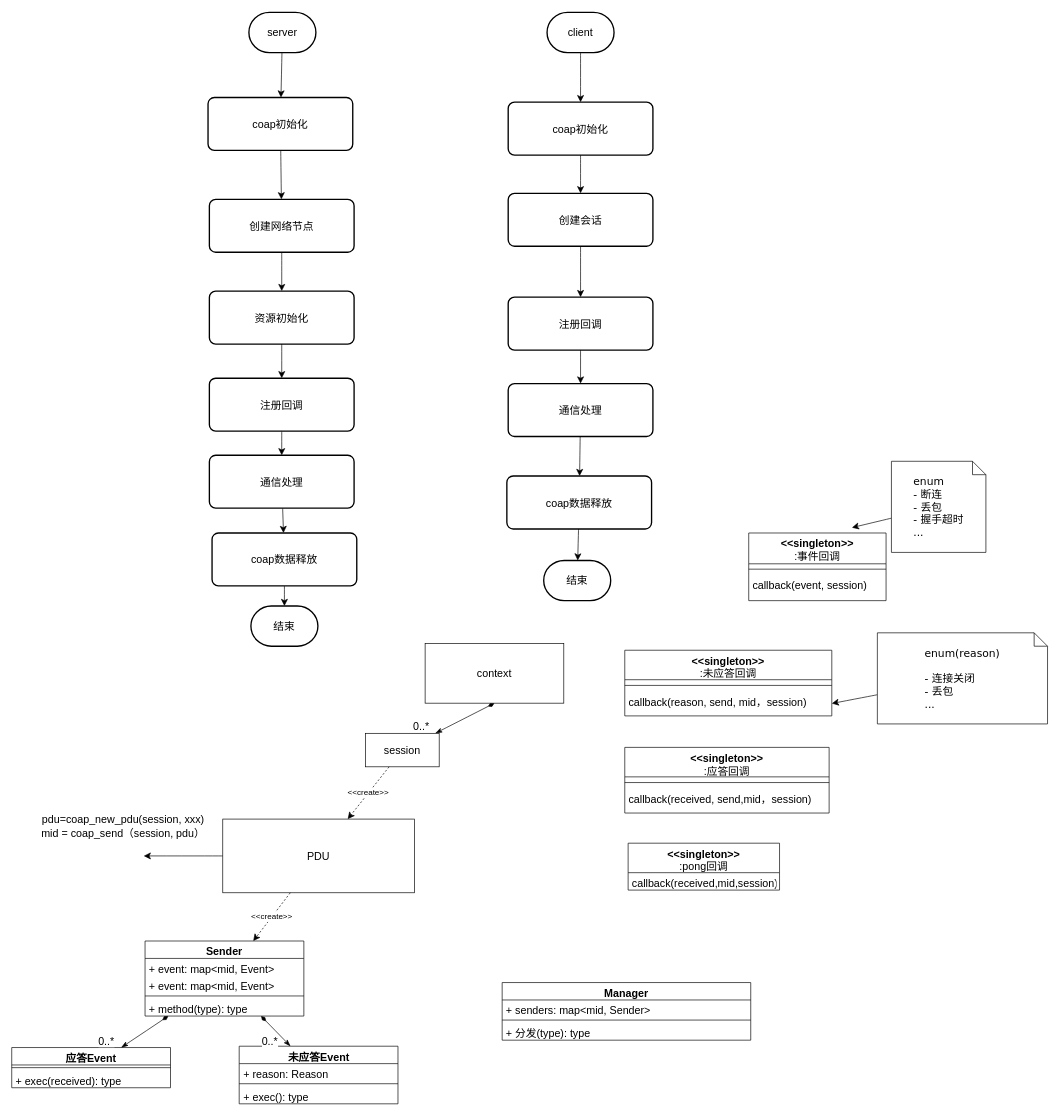
This is page "流程图" (2 of 4) of Coap/CoapPlusPlus/doc/coap.drawio from MrHulu/Learn-OpenGL, a draw.io file, before an edit. Source tidied: cells renumbered, new cells numbered last; positions are measured from the earlier drawing's top-left corner, leaving out a move shared by most shapes. Both pictures are drawn from the tidied source at 67%, with x=0, y=0 at pixel (11, 12).
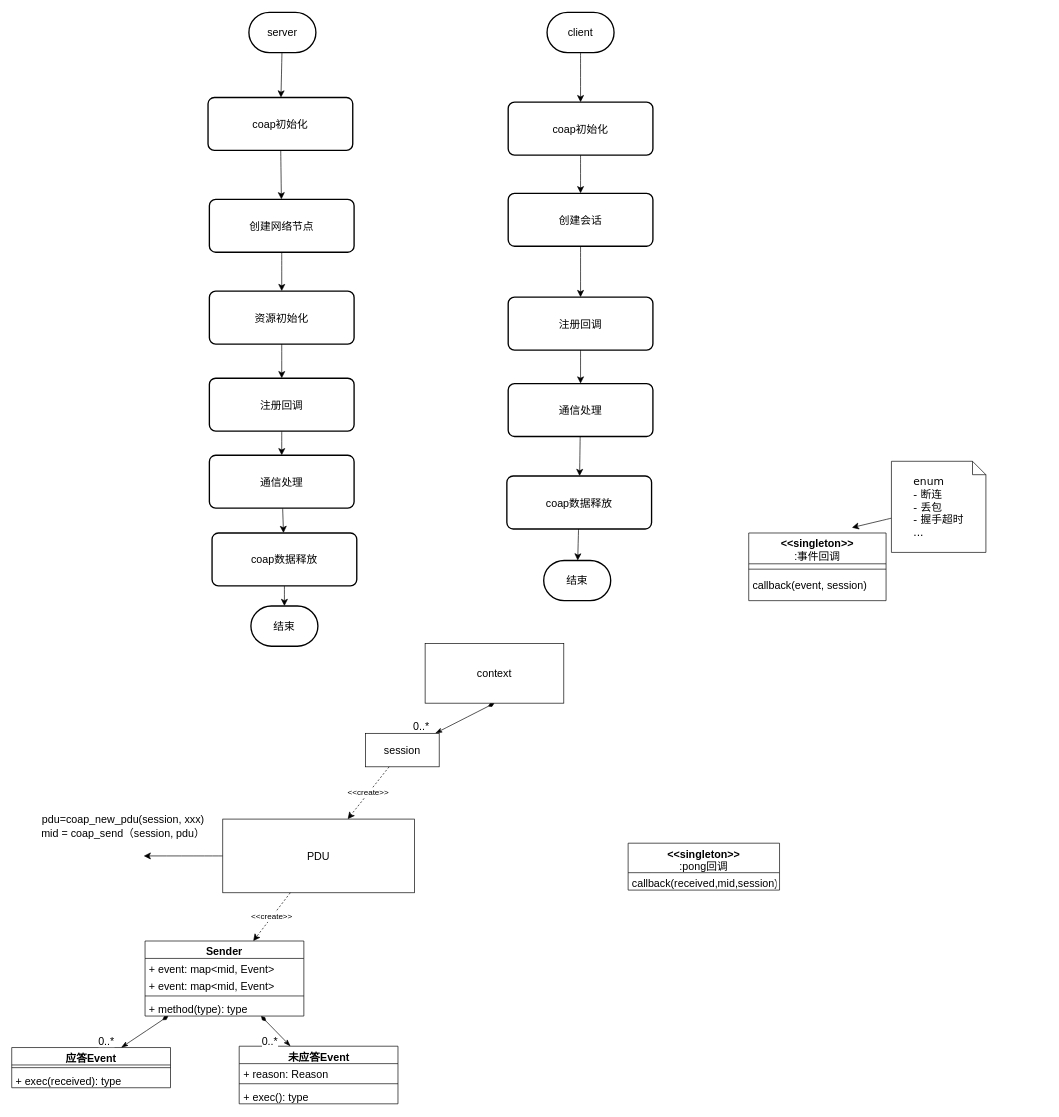
The same page after the edit.

What changed in the source:
```diff
@@
-    <mxCell id="12" value="&amp;lt;&amp;lt;singleton&amp;gt;&amp;gt;&lt;br style=&quot;border-color: var(--border-color); font-weight: 400;&quot;&gt;&lt;span style=&quot;font-weight: 400;&quot;&gt;:未应答回调&lt;/span&gt;" style="swimlane;fontStyle=1;align=center;verticalAlign=top;horizontal=1;startSize=44;whiteSpace=wrap;html=1;fontSize=16;" parent="1" vertex="1">
-      <mxGeometry x="915" y="952" width="309" height="98" as="geometry" />
-    </mxCell>
-    <mxCell id="13" style="line;strokeWidth=1;fillColor=none;align=left;verticalAlign=middle;spacingTop=-1;spacingLeft=3;spacingRight=3;labelPosition=right;strokeColor=inherit;fontSize=16;" parent="12" vertex="1">
-      <mxGeometry y="44" width="309" height="17" as="geometry" />
-    </mxCell>
-    <mxCell id="14" value="callback(reason, send, mid，session)" style="text;strokeColor=none;fillColor=none;align=left;verticalAlign=top;spacingLeft=4;spacingRight=4;overflow=hidden;points=[[0,0.5],[1,0.5]];portConstraint=eastwest;whiteSpace=wrap;html=1;fontSize=16;" parent="12" vertex="1">
-      <mxGeometry y="61" width="309" height="37" as="geometry" />
-    </mxCell>
@@
-    <mxCell id="17" style="edgeStyle=none;curved=1;rounded=0;jettySize=auto;html=1;entryX=1;entryY=0.5;entryDx=0;entryDy=0;fontSize=12;startSize=8;endSize=8;" parent="1" edge="1" source="18" target="14">
-      <mxGeometry relative="1" as="geometry" />
-    </mxCell>
-    <mxCell id="18" value="&lt;div style=&quot;text-align: left; line-height: 19px;&quot;&gt;&lt;font style=&quot;font-size: 16px;&quot; face=&quot;Verdana&quot;&gt;enum(reason)&lt;/font&gt;&lt;/div&gt;&lt;span style=&quot;text-align: left;&quot;&gt;&lt;br&gt;&lt;/span&gt;&lt;div style=&quot;text-align: left; line-height: 19px;&quot;&gt;&lt;span style=&quot;font-family: Verdana;&quot;&gt;- 连接关闭&lt;/span&gt;&lt;/div&gt;&lt;div style=&quot;line-height: 19px;&quot;&gt;&lt;font style=&quot;font-size: 16px;&quot; face=&quot;Verdana&quot;&gt;&lt;div style=&quot;text-align: left;&quot;&gt;&lt;span style=&quot;background-color: initial;&quot;&gt;- 丢包&lt;/span&gt;&lt;/div&gt;&lt;div style=&quot;text-align: left;&quot;&gt;&lt;span style=&quot;background-color: initial;&quot;&gt;...&lt;/span&gt;&lt;/div&gt;&lt;/font&gt;&lt;/div&gt;" style="shape=note;size=20;whiteSpace=wrap;html=1;fontSize=16;" parent="1" vertex="1">
-      <mxGeometry x="1292" y="926" width="254" height="136" as="geometry" />
-    </mxCell>
-    <mxCell id="19" value="&amp;lt;&amp;lt;singleton&amp;gt;&amp;gt;&lt;br style=&quot;border-color: var(--border-color); font-weight: 400;&quot;&gt;&lt;span style=&quot;font-weight: 400;&quot;&gt;:应答回调&lt;/span&gt;" style="swimlane;fontStyle=1;align=center;verticalAlign=top;horizontal=1;startSize=44;whiteSpace=wrap;html=1;fontSize=16;" parent="1" vertex="1">
-      <mxGeometry x="915" y="1097" width="305" height="98" as="geometry" />
-    </mxCell>
-    <mxCell id="20" style="line;strokeWidth=1;fillColor=none;align=left;verticalAlign=middle;spacingTop=-1;spacingLeft=3;spacingRight=3;labelPosition=right;strokeColor=inherit;fontSize=16;" parent="19" vertex="1">
-      <mxGeometry y="44" width="305" height="17" as="geometry" />
-    </mxCell>
-    <mxCell id="21" value="callback(received, send,mid，session)" style="text;strokeColor=none;fillColor=none;align=left;verticalAlign=top;spacingLeft=4;spacingRight=4;overflow=hidden;whiteSpace=wrap;html=1;fontSize=16;" parent="19" vertex="1">
-      <mxGeometry y="61" width="305" height="37" as="geometry" />
-    </mxCell>
@@
-    <mxCell id="29" value="Manager" style="swimlane;fontStyle=1;align=center;verticalAlign=top;horizontal=1;startSize=26;whiteSpace=wrap;html=1;fontSize=16;" parent="1" vertex="1">
-      <mxGeometry x="732" y="1448" width="371" height="86" as="geometry" />
-    </mxCell>
-    <mxCell id="30" value="+ senders: map&amp;lt;mid, Sender&amp;gt;" style="text;strokeColor=none;fillColor=none;align=left;verticalAlign=top;spacingLeft=4;spacingRight=4;overflow=hidden;whiteSpace=wrap;html=1;fontSize=16;" parent="29" vertex="1">
-      <mxGeometry y="26" width="371" height="26" as="geometry" />
-    </mxCell>
-    <mxCell id="31" style="line;strokeWidth=1;fillColor=none;align=left;verticalAlign=middle;spacingTop=-1;spacingLeft=3;spacingRight=3;labelPosition=right;strokeColor=inherit;fontSize=16;" parent="29" vertex="1">
-      <mxGeometry y="52" width="371" height="8" as="geometry" />
-    </mxCell>
-    <mxCell id="32" value="+ 分发(type): type" style="text;strokeColor=none;fillColor=none;align=left;verticalAlign=top;spacingLeft=4;spacingRight=4;overflow=hidden;whiteSpace=wrap;html=1;fontSize=16;" parent="29" vertex="1">
-      <mxGeometry y="60" width="371" height="26" as="geometry" />
-    </mxCell>
```
